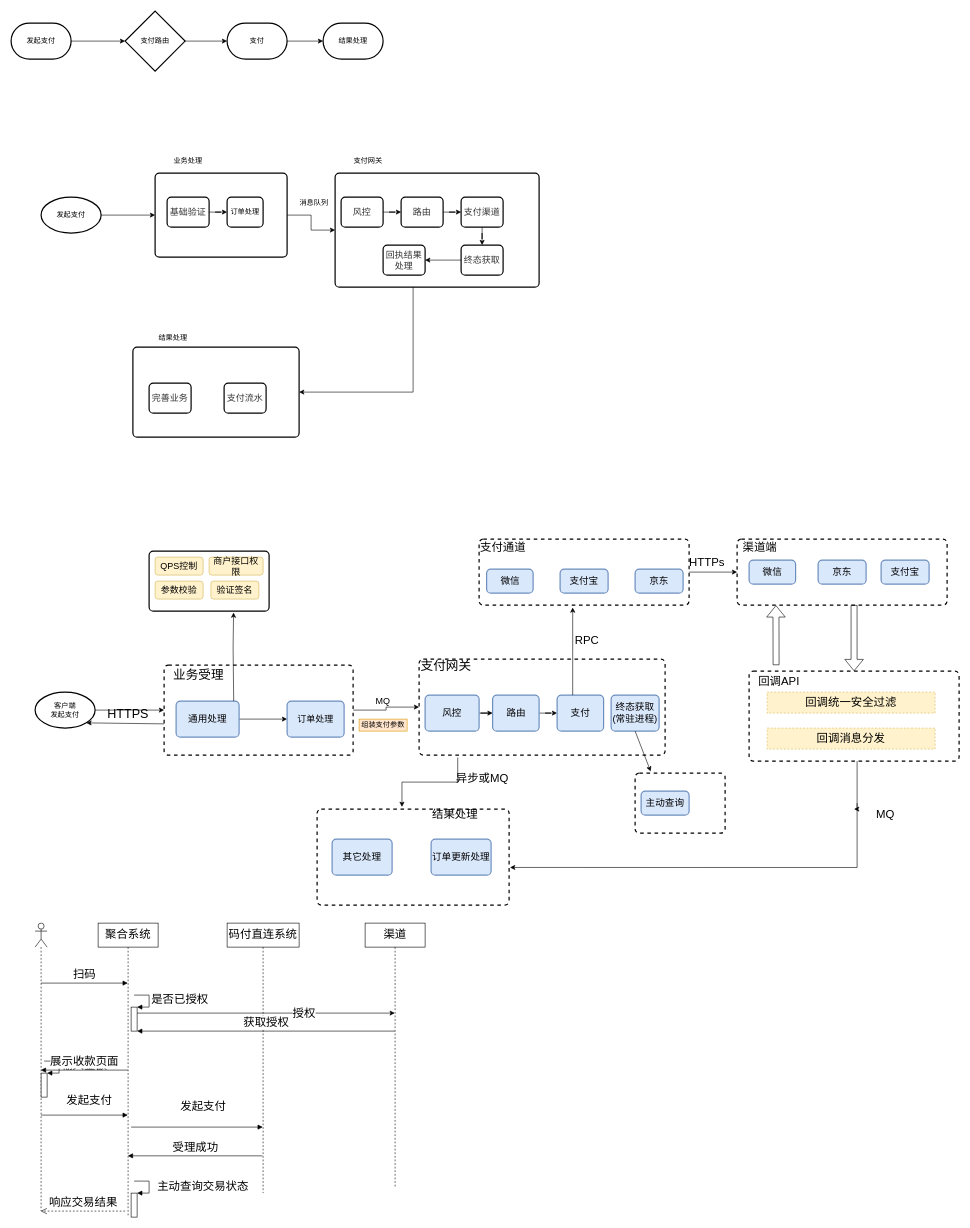
The draw.io diagram 直连详细流程.drawio in rapsonyang/learning, before the edit. Source tidied: cells renumbered, new cells numbered last; positions are measured from the earlier drawing's top-left corner, leaving out a move shared by most shapes. Both pictures are drawn from the tidied source at 60%, with x=0, y=0 at pixel (11, 11).
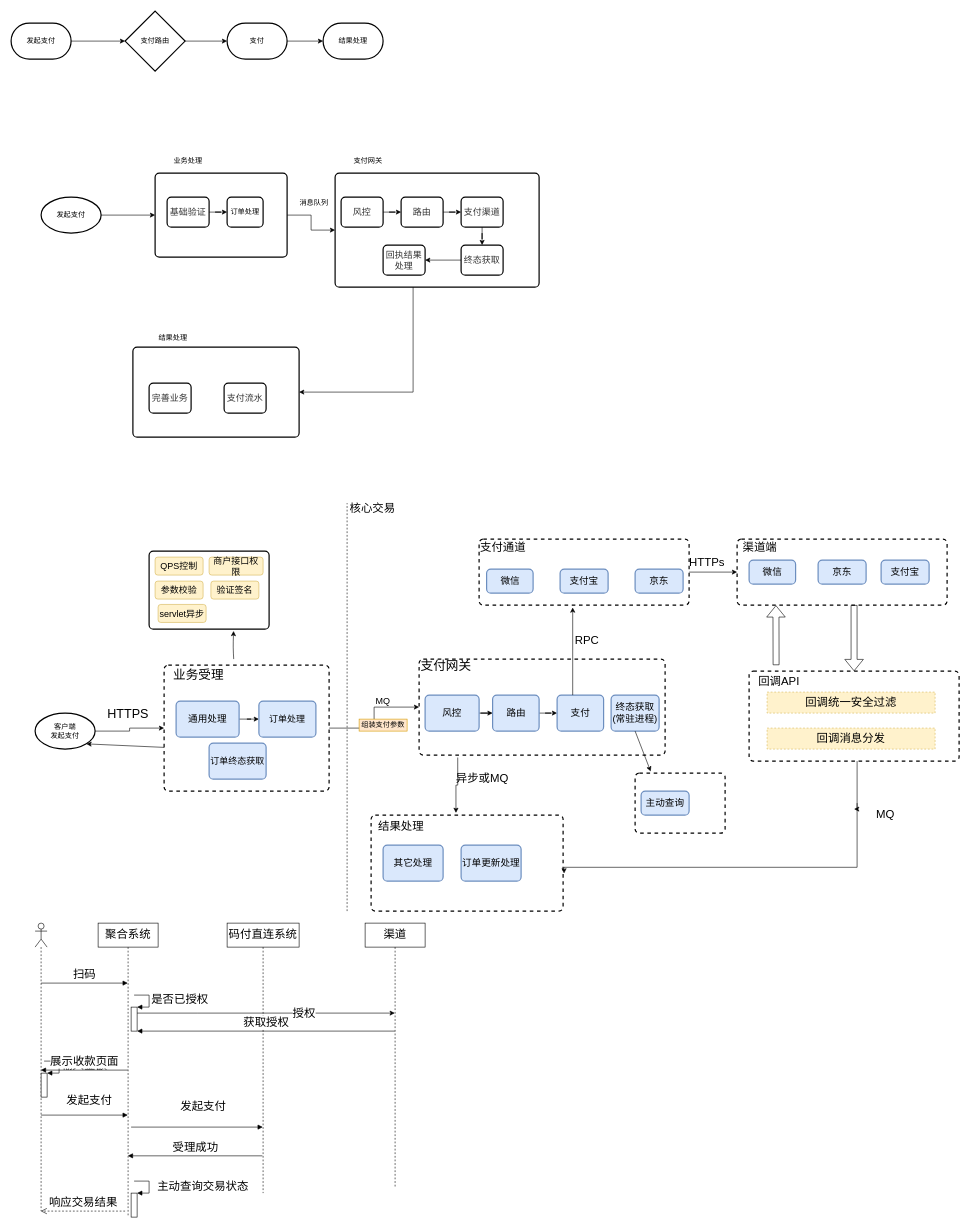
The same page after the edit.

Commit message:
Update 直连详细流程.drawio

What changed in the source:
```diff
@@
     <mxCell id="35" value="客户端&lt;br&gt;发起支付" style="strokeWidth=2;html=1;shape=mxgraph.flowchart.start_1;whiteSpace=wrap;" parent="1" vertex="1">
-      <mxGeometry x="40" y="1135" width="100" height="60" as="geometry" />
+      <mxGeometry x="40" y="1170" width="100" height="60" as="geometry" />
     </mxCell>
@@
     <mxCell id="37" style="rounded=1;whiteSpace=wrap;html=1;absoluteArcSize=1;arcSize=14;strokeWidth=2;dashed=1;" parent="1" vertex="1">
-      <mxGeometry x="255" y="1090" width="315" height="150" as="geometry" />
+      <mxGeometry x="255" y="1090" width="275" height="210" as="geometry" />
     </mxCell>
@@
     <mxCell id="39" style="rounded=1;whiteSpace=wrap;html=1;absoluteArcSize=1;arcSize=14;strokeWidth=2;dashed=1;" parent="1" vertex="1">
-      <mxGeometry x="510" y="1330" width="320" height="160" as="geometry" />
+      <mxGeometry x="600" y="1340" width="320" height="160" as="geometry" />
     </mxCell>
@@
     <mxCell id="46" value="订单处理" style="rounded=1;whiteSpace=wrap;html=1;absoluteArcSize=1;arcSize=14;strokeWidth=2;fontSize=15;fillColor=#dae8fc;strokeColor=#6c8ebf;" parent="1" vertex="1">
-      <mxGeometry x="460" y="1150" width="95" height="60" as="geometry" />
+      <mxGeometry x="413" y="1150" width="95" height="60" as="geometry" />
     </mxCell>
@@
     <mxCell id="48" style="rounded=1;whiteSpace=wrap;html=1;absoluteArcSize=1;arcSize=14;strokeWidth=2;fontSize=21;" parent="1" vertex="1">
-      <mxGeometry x="230" y="900" width="200" height="100" as="geometry" />
+      <mxGeometry x="230" y="900" width="200" height="130" as="geometry" />
     </mxCell>
@@
     <mxCell id="53" style="endArrow=classic;html=1;fontSize=15;entryX=0.704;entryY=1.024;entryDx=0;entryDy=0;entryPerimeter=0;" parent="1" edge="1" target="48">
       <mxGeometry relative="1" as="geometry">
-        <mxPoint x="371" y="1150" as="sourcePoint" />
+        <mxPoint x="371" y="1080" as="sourcePoint" />
         <Array as="points">
           <mxPoint x="370" y="1060" />
         </Array>
       </mxGeometry>
     </mxCell>
@@
     <mxCell id="71" value="结果处理" style="text;html=1;strokeColor=none;fillColor=none;align=center;verticalAlign=middle;whiteSpace=wrap;rounded=0;fontSize=19;" parent="1" vertex="1">
-      <mxGeometry x="690" y="1330" width="100" height="20" as="geometry" />
+      <mxGeometry x="600" y="1350" width="100" height="20" as="geometry" />
     </mxCell>
     <mxCell id="72" value="订单更新处理" style="rounded=1;whiteSpace=wrap;html=1;absoluteArcSize=1;arcSize=14;strokeWidth=2;fontSize=16;fillColor=#dae8fc;strokeColor=#6c8ebf;" parent="1" vertex="1">
-      <mxGeometry x="700" y="1380" width="100" height="60" as="geometry" />
+      <mxGeometry x="750" y="1390" width="100" height="60" as="geometry" />
     </mxCell>
@@
     <mxCell id="76" value="其它处理" style="rounded=1;whiteSpace=wrap;html=1;absoluteArcSize=1;arcSize=14;strokeWidth=2;fontSize=16;fillColor=#dae8fc;strokeColor=#6c8ebf;" parent="1" vertex="1">
-      <mxGeometry x="535" y="1380" width="100" height="60" as="geometry" />
+      <mxGeometry x="620" y="1390" width="100" height="60" as="geometry" />
     </mxCell>
@@
+    <mxCell id="111" style="endArrow=none;dashed=1;html=1;fontSize=19;" parent="1" edge="1">
+      <mxGeometry relative="1" as="geometry">
+        <mxPoint x="560" y="1500" as="sourcePoint" />
+        <mxPoint x="560" y="820" as="targetPoint" />
+      </mxGeometry>
+    </mxCell>
+    <mxCell id="112" value="核心交易" style="text;html=1;strokeColor=none;fillColor=none;align=center;verticalAlign=middle;whiteSpace=wrap;rounded=0;dashed=1;fontSize=19;" parent="1" vertex="1">
+      <mxGeometry x="545" y="820" width="115" height="20" as="geometry" />
+    </mxCell>
+    <mxCell id="113" value="订单终态获取" style="rounded=1;whiteSpace=wrap;html=1;absoluteArcSize=1;arcSize=14;strokeWidth=2;fontSize=15;fillColor=#dae8fc;strokeColor=#6c8ebf;" parent="1" vertex="1">
+      <mxGeometry x="330" y="1220" width="95" height="60" as="geometry" />
+    </mxCell>
+    <mxCell id="114" value="servlet异步" style="rounded=1;whiteSpace=wrap;html=1;fontSize=15;fillColor=#fff2cc;strokeColor=#d6b656;" parent="1" vertex="1">
+      <mxGeometry x="245" y="988.9" width="80" height="30" as="geometry" />
+    </mxCell>
```
